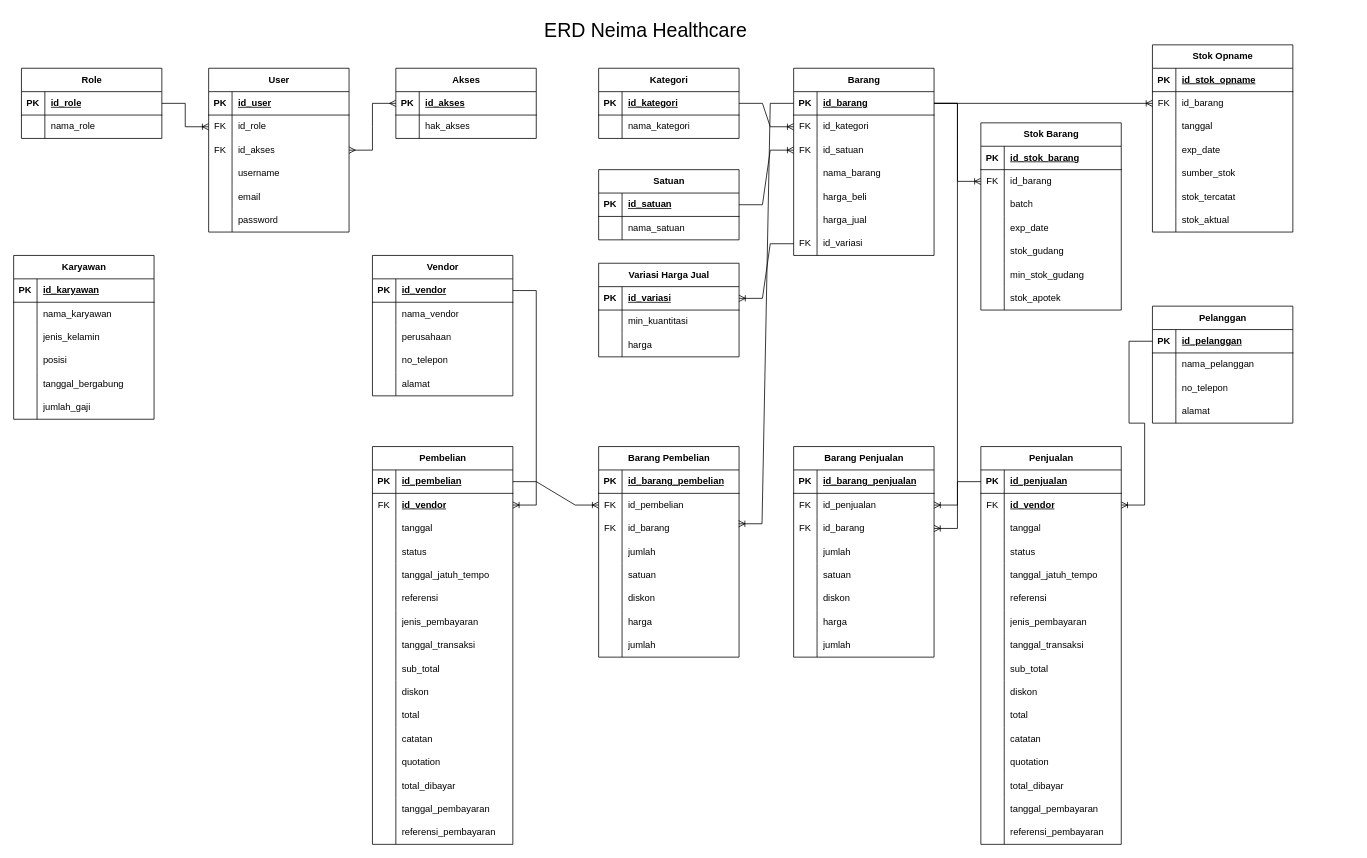
This is Untitled Diagram.drawio from m1tsuha4/apotek, a draw.io file, before an edit. Source tidied: cells renumbered, new cells numbered last; positions are measured from the earlier drawing's top-left corner, leaving out a move shared by most shapes. Both pictures are drawn from the tidied source at 78%, with x=0, y=0 at pixel (13, 13).
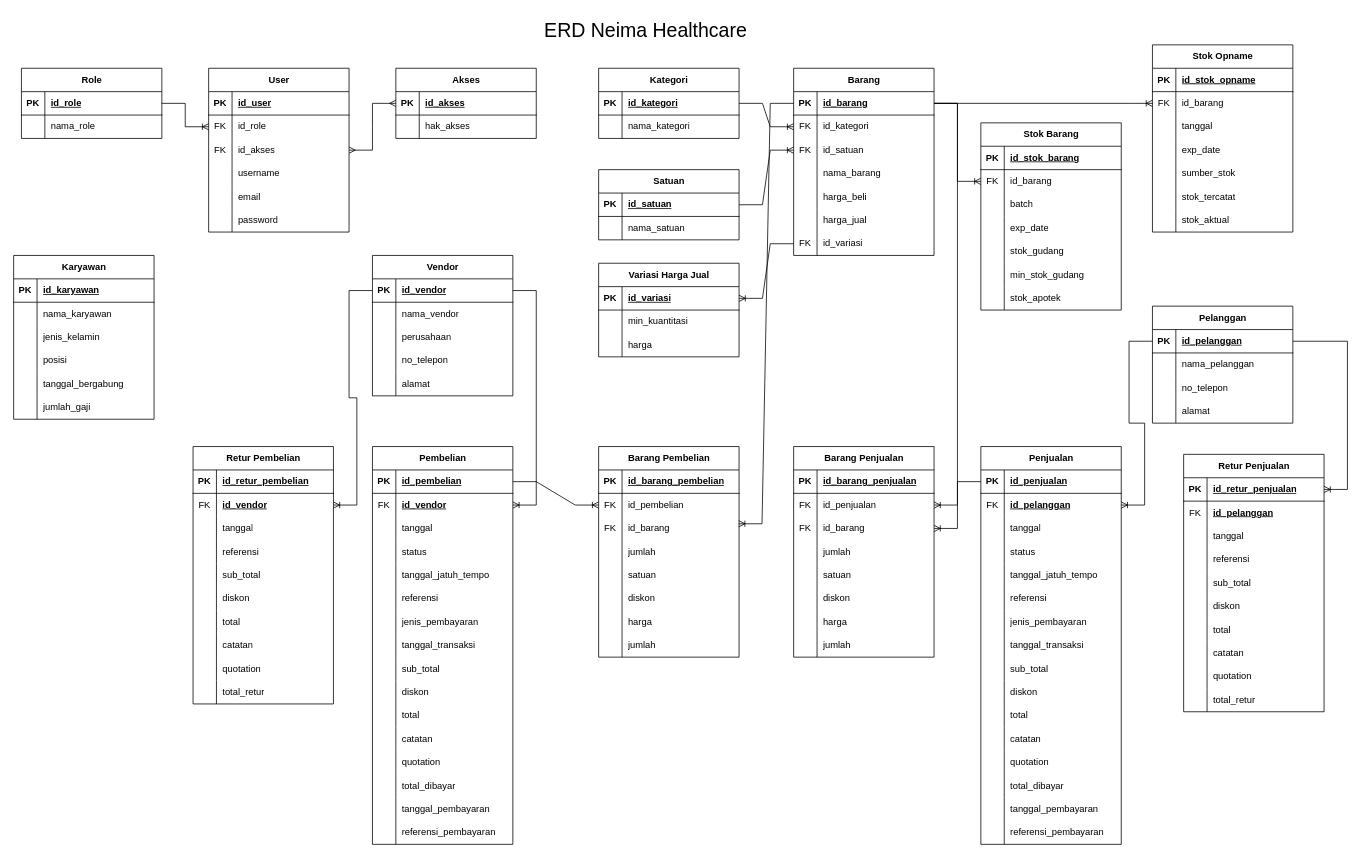
The same diagram, later.

Unchanged cells that the change refers to:
```xml
<mxCell id="73" style="shape=tableRow;horizontal=0;startSize=0;swimlaneHead=0;swimlaneBody=0;fillColor=none;points=[[0,0.5],[1,0.5]];portConstraint=eastwest;top=0;left=0;right=0;bottom=1;" parent="72" vertex="1">
  <mxGeometry y="30" width="180" height="30" as="geometry" />
</mxCell>
<mxCell id="86" style="shape=tableRow;horizontal=0;startSize=0;swimlaneHead=0;swimlaneBody=0;fillColor=none;points=[[0,0.5],[1,0.5]];portConstraint=eastwest;top=0;left=0;right=0;bottom=1;" parent="85" vertex="1">
  <mxGeometry y="30" width="180" height="30" as="geometry" />
</mxCell>
<mxCell id="261" style="shape=tableRow;horizontal=0;startSize=0;swimlaneHead=0;swimlaneBody=0;fillColor=none;points=[[0,0.5],[1,0.5]];portConstraint=eastwest;top=0;left=0;right=0;bottom=0;" parent="257" vertex="1">
  <mxGeometry y="60" width="180" height="30" as="geometry" />
</mxCell>
```

Diff of the diagram source:
```diff
@@
-    <mxCell id="263" value="&lt;span style=&quot;font-weight: 700; text-decoration-line: underline;&quot;&gt;id_vendor&lt;/span&gt;" style="shape=partialRectangle;fillColor=none;top=0;left=0;bottom=0;right=0;align=left;spacingLeft=6;overflow=hidden;whiteSpace=wrap;html=1;" parent="261" vertex="1">
+    <mxCell id="263" value="&lt;span style=&quot;font-weight: 700; text-decoration-line: underline;&quot;&gt;id_pelanggan&lt;/span&gt;" style="shape=partialRectangle;fillColor=none;top=0;left=0;bottom=0;right=0;align=left;spacingLeft=6;overflow=hidden;whiteSpace=wrap;html=1;" parent="261" vertex="1">
       <mxGeometry x="30" width="150" height="30" as="geometry" />
     </mxCell>
@@
+    <mxCell id="335" value="Retur Pembelian" style="shape=table;startSize=30;childLayout=tableLayout;rowLines=0;fontStyle=1;align=center;html=1;" parent="1" vertex="1">
+      <mxGeometry x="230" y="555" width="180" height="330" as="geometry" />
+    </mxCell>
+    <mxCell id="336" style="shape=tableRow;horizontal=0;startSize=0;swimlaneHead=0;swimlaneBody=0;fillColor=none;top=0;left=0;right=0;bottom=1;" parent="335" vertex="1">
+      <mxGeometry y="30" width="180" height="30" as="geometry" />
+    </mxCell>
+    <mxCell id="337" value="PK" style="shape=partialRectangle;fillColor=none;top=0;left=0;bottom=0;right=0;fontStyle=1;overflow=hidden;whiteSpace=wrap;html=1;" parent="336" vertex="1">
+      <mxGeometry width="30" height="30" as="geometry" />
+    </mxCell>
+    <mxCell id="338" value="id_retur_pembelian" style="shape=partialRectangle;fillColor=none;top=0;left=0;bottom=0;right=0;align=left;spacingLeft=6;fontStyle=5;overflow=hidden;whiteSpace=wrap;html=1;" parent="336" vertex="1">
+      <mxGeometry x="30" width="150" height="30" as="geometry" />
+    </mxCell>
+    <mxCell id="339" style="shape=tableRow;horizontal=0;startSize=0;swimlaneHead=0;swimlaneBody=0;fillColor=none;points=[[0,0.5],[1,0.5]];portConstraint=eastwest;top=0;left=0;right=0;bottom=0;" parent="335" vertex="1">
+      <mxGeometry y="60" width="180" height="30" as="geometry" />
+    </mxCell>
+    <mxCell id="340" value="FK" style="shape=partialRectangle;fillColor=none;top=0;left=0;bottom=0;right=0;overflow=hidden;whiteSpace=wrap;html=1;" parent="339" vertex="1">
+      <mxGeometry width="30" height="30" as="geometry" />
+    </mxCell>
+    <mxCell id="341" value="&lt;span style=&quot;font-weight: 700; text-decoration-line: underline;&quot;&gt;id_vendor&lt;/span&gt;" style="shape=partialRectangle;fillColor=none;top=0;left=0;bottom=0;right=0;align=left;spacingLeft=6;overflow=hidden;whiteSpace=wrap;html=1;" parent="339" vertex="1">
+      <mxGeometry x="30" width="150" height="30" as="geometry" />
+    </mxCell>
+    <mxCell id="342" style="shape=tableRow;horizontal=0;startSize=0;swimlaneHead=0;swimlaneBody=0;fillColor=none;top=0;left=0;right=0;bottom=0;" parent="335" vertex="1">
+      <mxGeometry y="90" width="180" height="30" as="geometry" />
+    </mxCell>
+    <mxCell id="343" style="shape=partialRectangle;fillColor=none;top=0;left=0;bottom=0;right=0;overflow=hidden;whiteSpace=wrap;html=1;" parent="342" vertex="1">
+      <mxGeometry width="30" height="30" as="geometry" />
+    </mxCell>
+    <mxCell id="344" value="tanggal" style="shape=partialRectangle;fillColor=none;top=0;left=0;bottom=0;right=0;align=left;spacingLeft=6;overflow=hidden;whiteSpace=wrap;html=1;" parent="342" vertex="1">
+      <mxGeometry x="30" width="150" height="30" as="geometry" />
+    </mxCell>
+    <mxCell id="345" style="shape=tableRow;horizontal=0;startSize=0;swimlaneHead=0;swimlaneBody=0;fillColor=none;top=0;left=0;right=0;bottom=0;" parent="335" vertex="1">
+      <mxGeometry y="120" width="180" height="30" as="geometry" />
+    </mxCell>
+    <mxCell id="346" style="shape=partialRectangle;fillColor=none;top=0;left=0;bottom=0;right=0;overflow=hidden;whiteSpace=wrap;html=1;" parent="345" vertex="1">
+      <mxGeometry width="30" height="30" as="geometry" />
+    </mxCell>
+    <mxCell id="347" value="referensi" style="shape=partialRectangle;fillColor=none;top=0;left=0;bottom=0;right=0;align=left;spacingLeft=6;overflow=hidden;whiteSpace=wrap;html=1;" parent="345" vertex="1">
+      <mxGeometry x="30" width="150" height="30" as="geometry" />
+    </mxCell>
+    <mxCell id="348" style="shape=tableRow;horizontal=0;startSize=0;swimlaneHead=0;swimlaneBody=0;fillColor=none;top=0;left=0;right=0;bottom=0;" parent="335" vertex="1">
+      <mxGeometry y="150" width="180" height="30" as="geometry" />
+    </mxCell>
+    <mxCell id="349" style="shape=partialRectangle;fillColor=none;top=0;left=0;bottom=0;right=0;overflow=hidden;whiteSpace=wrap;html=1;" parent="348" vertex="1">
+      <mxGeometry width="30" height="30" as="geometry" />
+    </mxCell>
+    <mxCell id="350" value="sub_total" style="shape=partialRectangle;fillColor=none;top=0;left=0;bottom=0;right=0;align=left;spacingLeft=6;overflow=hidden;whiteSpace=wrap;html=1;" parent="348" vertex="1">
+      <mxGeometry x="30" width="150" height="30" as="geometry" />
+    </mxCell>
+    <mxCell id="351" style="shape=tableRow;horizontal=0;startSize=0;swimlaneHead=0;swimlaneBody=0;fillColor=none;top=0;left=0;right=0;bottom=0;" parent="335" vertex="1">
+      <mxGeometry y="180" width="180" height="30" as="geometry" />
+    </mxCell>
+    <mxCell id="352" style="shape=partialRectangle;fillColor=none;top=0;left=0;bottom=0;right=0;overflow=hidden;whiteSpace=wrap;html=1;" parent="351" vertex="1">
+      <mxGeometry width="30" height="30" as="geometry" />
+    </mxCell>
+    <mxCell id="353" value="diskon" style="shape=partialRectangle;fillColor=none;top=0;left=0;bottom=0;right=0;align=left;spacingLeft=6;overflow=hidden;whiteSpace=wrap;html=1;" parent="351" vertex="1">
+      <mxGeometry x="30" width="150" height="30" as="geometry" />
+    </mxCell>
+    <mxCell id="354" style="shape=tableRow;horizontal=0;startSize=0;swimlaneHead=0;swimlaneBody=0;fillColor=none;top=0;left=0;right=0;bottom=0;" parent="335" vertex="1">
+      <mxGeometry y="210" width="180" height="30" as="geometry" />
+    </mxCell>
+    <mxCell id="355" style="shape=partialRectangle;fillColor=none;top=0;left=0;bottom=0;right=0;overflow=hidden;whiteSpace=wrap;html=1;" parent="354" vertex="1">
+      <mxGeometry width="30" height="30" as="geometry" />
+    </mxCell>
+    <mxCell id="356" value="total" style="shape=partialRectangle;fillColor=none;top=0;left=0;bottom=0;right=0;align=left;spacingLeft=6;overflow=hidden;whiteSpace=wrap;html=1;" parent="354" vertex="1">
+      <mxGeometry x="30" width="150" height="30" as="geometry" />
+    </mxCell>
+    <mxCell id="357" style="shape=tableRow;horizontal=0;startSize=0;swimlaneHead=0;swimlaneBody=0;fillColor=none;top=0;left=0;right=0;bottom=0;" parent="335" vertex="1">
+      <mxGeometry y="240" width="180" height="30" as="geometry" />
+    </mxCell>
+    <mxCell id="358" style="shape=partialRectangle;fillColor=none;top=0;left=0;bottom=0;right=0;overflow=hidden;whiteSpace=wrap;html=1;" parent="357" vertex="1">
+      <mxGeometry width="30" height="30" as="geometry" />
+    </mxCell>
+    <mxCell id="359" value="catatan" style="shape=partialRectangle;fillColor=none;top=0;left=0;bottom=0;right=0;align=left;spacingLeft=6;overflow=hidden;whiteSpace=wrap;html=1;" parent="357" vertex="1">
+      <mxGeometry x="30" width="150" height="30" as="geometry" />
+    </mxCell>
+    <mxCell id="360" style="shape=tableRow;horizontal=0;startSize=0;swimlaneHead=0;swimlaneBody=0;fillColor=none;top=0;left=0;right=0;bottom=0;" parent="335" vertex="1">
+      <mxGeometry y="270" width="180" height="30" as="geometry" />
+    </mxCell>
+    <mxCell id="361" style="shape=partialRectangle;fillColor=none;top=0;left=0;bottom=0;right=0;overflow=hidden;whiteSpace=wrap;html=1;" parent="360" vertex="1">
+      <mxGeometry width="30" height="30" as="geometry" />
+    </mxCell>
+    <mxCell id="362" value="quotation" style="shape=partialRectangle;fillColor=none;top=0;left=0;bottom=0;right=0;align=left;spacingLeft=6;overflow=hidden;whiteSpace=wrap;html=1;" parent="360" vertex="1">
+      <mxGeometry x="30" width="150" height="30" as="geometry" />
+    </mxCell>
+    <mxCell id="363" style="shape=tableRow;horizontal=0;startSize=0;swimlaneHead=0;swimlaneBody=0;fillColor=none;top=0;left=0;right=0;bottom=0;" parent="335" vertex="1">
+      <mxGeometry y="300" width="180" height="30" as="geometry" />
+    </mxCell>
+    <mxCell id="364" style="shape=partialRectangle;fillColor=none;top=0;left=0;bottom=0;right=0;overflow=hidden;whiteSpace=wrap;html=1;" parent="363" vertex="1">
+      <mxGeometry width="30" height="30" as="geometry" />
+    </mxCell>
+    <mxCell id="365" value="total_retur" style="shape=partialRectangle;fillColor=none;top=0;left=0;bottom=0;right=0;align=left;spacingLeft=6;overflow=hidden;whiteSpace=wrap;html=1;" parent="363" vertex="1">
+      <mxGeometry x="30" width="150" height="30" as="geometry" />
+    </mxCell>
+    <mxCell id="366" value="Retur Penjualan" style="shape=table;startSize=30;childLayout=tableLayout;rowLines=0;fontStyle=1;align=center;html=1;" parent="1" vertex="1">
+      <mxGeometry x="1500" y="565" width="180" height="330" as="geometry" />
+    </mxCell>
+    <mxCell id="367" style="shape=tableRow;horizontal=0;startSize=0;swimlaneHead=0;swimlaneBody=0;fillColor=none;points=[[0,0.5],[1,0.5]];portConstraint=eastwest;top=0;left=0;right=0;bottom=1;" parent="366" vertex="1">
+      <mxGeometry y="30" width="180" height="30" as="geometry" />
+    </mxCell>
+    <mxCell id="368" value="PK" style="shape=partialRectangle;fillColor=none;top=0;left=0;bottom=0;right=0;fontStyle=1;overflow=hidden;whiteSpace=wrap;html=1;" parent="367" vertex="1">
+      <mxGeometry width="30" height="30" as="geometry" />
+    </mxCell>
+    <mxCell id="369" value="id_retur_penjualan" style="shape=partialRectangle;fillColor=none;top=0;left=0;bottom=0;right=0;align=left;spacingLeft=6;fontStyle=5;overflow=hidden;whiteSpace=wrap;html=1;" parent="367" vertex="1">
+      <mxGeometry x="30" width="150" height="30" as="geometry" />
+    </mxCell>
+    <mxCell id="370" style="shape=tableRow;horizontal=0;startSize=0;swimlaneHead=0;swimlaneBody=0;fillColor=none;top=0;left=0;right=0;bottom=0;" parent="366" vertex="1">
+      <mxGeometry y="60" width="180" height="30" as="geometry" />
+    </mxCell>
+    <mxCell id="371" value="FK" style="shape=partialRectangle;fillColor=none;top=0;left=0;bottom=0;right=0;overflow=hidden;whiteSpace=wrap;html=1;" parent="370" vertex="1">
+      <mxGeometry width="30" height="30" as="geometry" />
+    </mxCell>
+    <mxCell id="372" value="&lt;span style=&quot;font-weight: 700; text-decoration-line: underline;&quot;&gt;id_pelanggan&lt;/span&gt;" style="shape=partialRectangle;fillColor=none;top=0;left=0;bottom=0;right=0;align=left;spacingLeft=6;overflow=hidden;whiteSpace=wrap;html=1;" parent="370" vertex="1">
+      <mxGeometry x="30" width="150" height="30" as="geometry" />
+    </mxCell>
+    <mxCell id="373" style="shape=tableRow;horizontal=0;startSize=0;swimlaneHead=0;swimlaneBody=0;fillColor=none;top=0;left=0;right=0;bottom=0;" parent="366" vertex="1">
+      <mxGeometry y="90" width="180" height="30" as="geometry" />
+    </mxCell>
+    <mxCell id="374" style="shape=partialRectangle;fillColor=none;top=0;left=0;bottom=0;right=0;overflow=hidden;whiteSpace=wrap;html=1;" parent="373" vertex="1">
+      <mxGeometry width="30" height="30" as="geometry" />
+    </mxCell>
+    <mxCell id="375" value="tanggal" style="shape=partialRectangle;fillColor=none;top=0;left=0;bottom=0;right=0;align=left;spacingLeft=6;overflow=hidden;whiteSpace=wrap;html=1;" parent="373" vertex="1">
+      <mxGeometry x="30" width="150" height="30" as="geometry" />
+    </mxCell>
+    <mxCell id="376" style="shape=tableRow;horizontal=0;startSize=0;swimlaneHead=0;swimlaneBody=0;fillColor=none;top=0;left=0;right=0;bottom=0;" parent="366" vertex="1">
+      <mxGeometry y="120" width="180" height="30" as="geometry" />
+    </mxCell>
+    <mxCell id="377" style="shape=partialRectangle;fillColor=none;top=0;left=0;bottom=0;right=0;overflow=hidden;whiteSpace=wrap;html=1;" parent="376" vertex="1">
+      <mxGeometry width="30" height="30" as="geometry" />
+    </mxCell>
+    <mxCell id="378" value="referensi" style="shape=partialRectangle;fillColor=none;top=0;left=0;bottom=0;right=0;align=left;spacingLeft=6;overflow=hidden;whiteSpace=wrap;html=1;" parent="376" vertex="1">
+      <mxGeometry x="30" width="150" height="30" as="geometry" />
+    </mxCell>
+    <mxCell id="379" style="shape=tableRow;horizontal=0;startSize=0;swimlaneHead=0;swimlaneBody=0;fillColor=none;top=0;left=0;right=0;bottom=0;" parent="366" vertex="1">
+      <mxGeometry y="150" width="180" height="30" as="geometry" />
+    </mxCell>
+    <mxCell id="380" style="shape=partialRectangle;fillColor=none;top=0;left=0;bottom=0;right=0;overflow=hidden;whiteSpace=wrap;html=1;" parent="379" vertex="1">
+      <mxGeometry width="30" height="30" as="geometry" />
+    </mxCell>
+    <mxCell id="381" value="sub_total" style="shape=partialRectangle;fillColor=none;top=0;left=0;bottom=0;right=0;align=left;spacingLeft=6;overflow=hidden;whiteSpace=wrap;html=1;" parent="379" vertex="1">
+      <mxGeometry x="30" width="150" height="30" as="geometry" />
+    </mxCell>
+    <mxCell id="382" style="shape=tableRow;horizontal=0;startSize=0;swimlaneHead=0;swimlaneBody=0;fillColor=none;top=0;left=0;right=0;bottom=0;" parent="366" vertex="1">
+      <mxGeometry y="180" width="180" height="30" as="geometry" />
+    </mxCell>
+    <mxCell id="383" style="shape=partialRectangle;fillColor=none;top=0;left=0;bottom=0;right=0;overflow=hidden;whiteSpace=wrap;html=1;" parent="382" vertex="1">
+      <mxGeometry width="30" height="30" as="geometry" />
+    </mxCell>
+    <mxCell id="384" value="diskon" style="shape=partialRectangle;fillColor=none;top=0;left=0;bottom=0;right=0;align=left;spacingLeft=6;overflow=hidden;whiteSpace=wrap;html=1;" parent="382" vertex="1">
+      <mxGeometry x="30" width="150" height="30" as="geometry" />
+    </mxCell>
+    <mxCell id="385" style="shape=tableRow;horizontal=0;startSize=0;swimlaneHead=0;swimlaneBody=0;fillColor=none;top=0;left=0;right=0;bottom=0;" parent="366" vertex="1">
+      <mxGeometry y="210" width="180" height="30" as="geometry" />
+    </mxCell>
+    <mxCell id="386" style="shape=partialRectangle;fillColor=none;top=0;left=0;bottom=0;right=0;overflow=hidden;whiteSpace=wrap;html=1;" parent="385" vertex="1">
+      <mxGeometry width="30" height="30" as="geometry" />
+    </mxCell>
+    <mxCell id="387" value="total" style="shape=partialRectangle;fillColor=none;top=0;left=0;bottom=0;right=0;align=left;spacingLeft=6;overflow=hidden;whiteSpace=wrap;html=1;" parent="385" vertex="1">
+      <mxGeometry x="30" width="150" height="30" as="geometry" />
+    </mxCell>
+    <mxCell id="388" style="shape=tableRow;horizontal=0;startSize=0;swimlaneHead=0;swimlaneBody=0;fillColor=none;top=0;left=0;right=0;bottom=0;" parent="366" vertex="1">
+      <mxGeometry y="240" width="180" height="30" as="geometry" />
+    </mxCell>
+    <mxCell id="389" style="shape=partialRectangle;fillColor=none;top=0;left=0;bottom=0;right=0;overflow=hidden;whiteSpace=wrap;html=1;" parent="388" vertex="1">
+      <mxGeometry width="30" height="30" as="geometry" />
+    </mxCell>
+    <mxCell id="390" value="catatan" style="shape=partialRectangle;fillColor=none;top=0;left=0;bottom=0;right=0;align=left;spacingLeft=6;overflow=hidden;whiteSpace=wrap;html=1;" parent="388" vertex="1">
+      <mxGeometry x="30" width="150" height="30" as="geometry" />
+    </mxCell>
+    <mxCell id="391" style="shape=tableRow;horizontal=0;startSize=0;swimlaneHead=0;swimlaneBody=0;fillColor=none;top=0;left=0;right=0;bottom=0;" parent="366" vertex="1">
+      <mxGeometry y="270" width="180" height="30" as="geometry" />
+    </mxCell>
+    <mxCell id="392" style="shape=partialRectangle;fillColor=none;top=0;left=0;bottom=0;right=0;overflow=hidden;whiteSpace=wrap;html=1;" parent="391" vertex="1">
+      <mxGeometry width="30" height="30" as="geometry" />
+    </mxCell>
+    <mxCell id="393" value="quotation" style="shape=partialRectangle;fillColor=none;top=0;left=0;bottom=0;right=0;align=left;spacingLeft=6;overflow=hidden;whiteSpace=wrap;html=1;" parent="391" vertex="1">
+      <mxGeometry x="30" width="150" height="30" as="geometry" />
+    </mxCell>
+    <mxCell id="394" style="shape=tableRow;horizontal=0;startSize=0;swimlaneHead=0;swimlaneBody=0;fillColor=none;top=0;left=0;right=0;bottom=0;" parent="366" vertex="1">
+      <mxGeometry y="300" width="180" height="30" as="geometry" />
+    </mxCell>
+    <mxCell id="395" style="shape=partialRectangle;fillColor=none;top=0;left=0;bottom=0;right=0;overflow=hidden;whiteSpace=wrap;html=1;" parent="394" vertex="1">
+      <mxGeometry width="30" height="30" as="geometry" />
+    </mxCell>
+    <mxCell id="396" value="total_retur" style="shape=partialRectangle;fillColor=none;top=0;left=0;bottom=0;right=0;align=left;spacingLeft=6;overflow=hidden;whiteSpace=wrap;html=1;" parent="394" vertex="1">
+      <mxGeometry x="30" width="150" height="30" as="geometry" />
+    </mxCell>
+    <mxCell id="397" style="edgeStyle=entityRelationEdgeStyle;fontSize=12;html=1;endArrow=ERoneToMany;rounded=0;exitX=1;exitY=0.5;exitDx=0;exitDy=0;" parent="1" edge="1" source="73" target="367">
+      <mxGeometry relative="1" as="geometry" />
+    </mxCell>
+    <mxCell id="398" style="edgeStyle=entityRelationEdgeStyle;fontSize=12;html=1;endArrow=ERoneToMany;rounded=0;entryX=1;entryY=0.5;entryDx=0;entryDy=0;exitX=0;exitY=0.5;exitDx=0;exitDy=0;" parent="1" edge="1" source="86" target="339">
+      <mxGeometry relative="1" as="geometry">
+        <Array as="points">
+          <mxPoint x="650" y="370" />
+          <mxPoint x="800" y="620" />
+          <mxPoint x="210" y="620" />
+        </Array>
+      </mxGeometry>
+    </mxCell>
```
